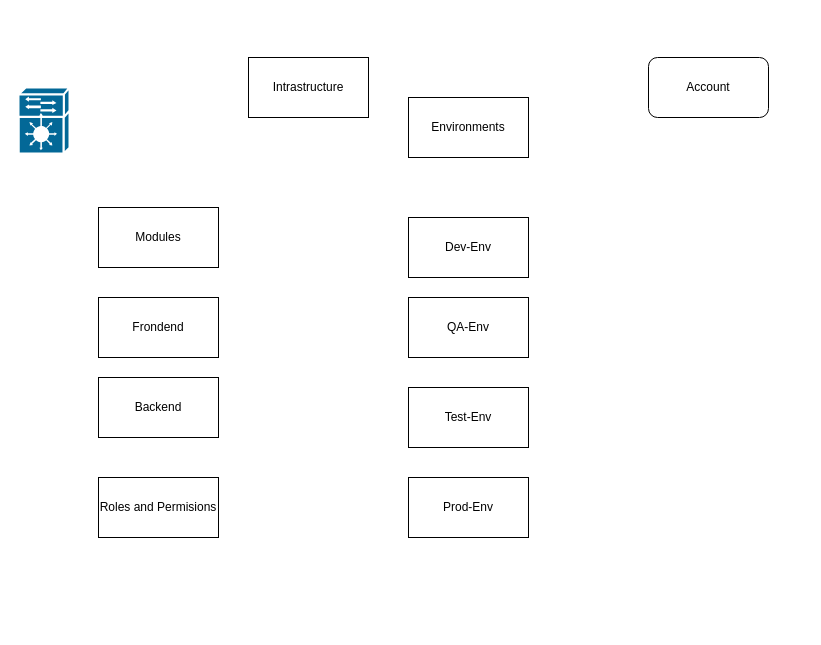
baskarguru22/awsproject keeps this draw.io diagram as project2.drawio. Above is the earlier version. Source tidied: cells renumbered, new cells numbered last; positions are measured from the earlier drawing's top-left corner, leaving out a move shared by most shapes. Both pictures are drawn from the tidied source at 100%, with x=0, y=0 at pixel (18, 57).
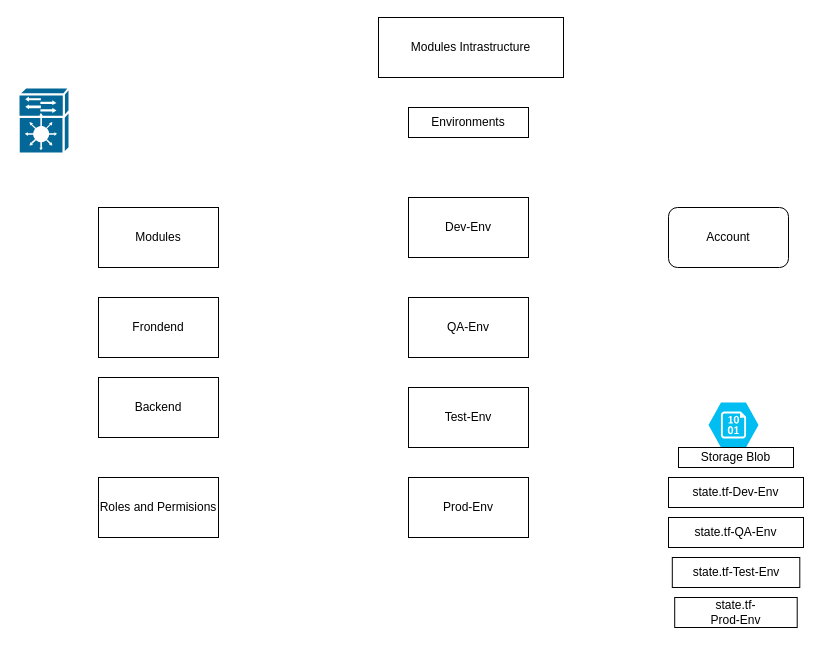
The same page after the edit.

Diff of the diagram source:
```diff
@@
 <mxGraphModel>
   <root>
     <mxCell id="0" />
     <mxCell id="1" parent="0" />
     <mxCell id="2" style="shape=mxgraph.cisco.controllers_and_modules.service_module;html=1;dashed=0;fillColor=#036897;strokeColor=#ffffff;strokeWidth=2;verticalLabelPosition=bottom;verticalAlign=top;" parent="1" vertex="1">
       <mxGeometry y="30" width="51" height="66" as="geometry" />
     </mxCell>
     <mxCell id="3" value="Modules&lt;br&gt;" style="rounded=0;whiteSpace=wrap;html=1;" parent="1" vertex="1">
       <mxGeometry x="80" y="150" width="120" height="60" as="geometry" />
     </mxCell>
     <mxCell id="4" value="Dev-Env&lt;br&gt;" style="rounded=0;whiteSpace=wrap;html=1;" parent="1" vertex="1">
-      <mxGeometry x="390" y="160" width="120" height="60" as="geometry" />
+      <mxGeometry x="390" y="140" width="120" height="60" as="geometry" />
     </mxCell>
     <mxCell id="5" value="QA-Env" style="rounded=0;whiteSpace=wrap;html=1;" parent="1" vertex="1">
       <mxGeometry x="390" y="240" width="120" height="60" as="geometry" />
     </mxCell>
     <mxCell id="6" value="Test-Env" style="rounded=0;whiteSpace=wrap;html=1;" parent="1" vertex="1">
       <mxGeometry x="390" y="330" width="120" height="60" as="geometry" />
     </mxCell>
     <mxCell id="7" value="Prod-Env" style="rounded=0;whiteSpace=wrap;html=1;" parent="1" vertex="1">
       <mxGeometry x="390" y="420" width="120" height="60" as="geometry" />
     </mxCell>
     <mxCell id="8" value="Frondend" style="rounded=0;whiteSpace=wrap;html=1;" parent="1" vertex="1">
       <mxGeometry x="80" y="240" width="120" height="60" as="geometry" />
     </mxCell>
     <mxCell id="9" value="Backend" style="rounded=0;whiteSpace=wrap;html=1;" parent="1" vertex="1">
       <mxGeometry x="80" y="320" width="120" height="60" as="geometry" />
     </mxCell>
     <mxCell id="10" value="Roles and Permisions" style="rounded=0;whiteSpace=wrap;html=1;" parent="1" vertex="1">
       <mxGeometry x="80" y="420" width="120" height="60" as="geometry" />
     </mxCell>
     <mxCell id="11" value="Environments" style="rounded=0;whiteSpace=wrap;html=1;" parent="1" vertex="1">
-      <mxGeometry x="390" y="40" width="120" height="60" as="geometry" />
+      <mxGeometry x="390" y="50" width="120" height="30" as="geometry" />
     </mxCell>
     <mxCell id="12" value="Account" style="rounded=1;whiteSpace=wrap;html=1;" parent="1" vertex="1">
-      <mxGeometry x="630" width="120" height="60" as="geometry" />
+      <mxGeometry x="650" y="150" width="120" height="60" as="geometry" />
     </mxCell>
-    <mxCell id="13" value="Intrastructure" style="rounded=0;whiteSpace=wrap;html=1;" parent="1" vertex="1">
-      <mxGeometry x="230" width="120" height="60" as="geometry" />
+    <mxCell id="13" value="Modules Intrastructure" style="rounded=0;whiteSpace=wrap;html=1;" parent="1" vertex="1">
+      <mxGeometry x="360" y="-40" width="185" height="60" as="geometry" />
     </mxCell>
+    <mxCell id="14" style="verticalLabelPosition=bottom;html=1;verticalAlign=top;align=center;strokeColor=none;fillColor=#00BEF2;shape=mxgraph.azure.storage_blob;" parent="1" vertex="1">
+      <mxGeometry x="690" y="345" width="50" height="45" as="geometry" />
+    </mxCell>
+    <mxCell id="15" value="Storage Blob&lt;br&gt;" style="rounded=0;whiteSpace=wrap;html=1;" parent="1" vertex="1">
+      <mxGeometry x="660" y="390" width="115" height="20" as="geometry" />
+    </mxCell>
+    <mxCell id="16" value="state.tf-Dev-Env" style="rounded=0;whiteSpace=wrap;html=1;" parent="1" vertex="1">
+      <mxGeometry x="650" y="420" width="135" height="30" as="geometry" />
+    </mxCell>
+    <mxCell id="17" value="state.tf-QA-Env" style="rounded=0;whiteSpace=wrap;html=1;" parent="1" vertex="1">
+      <mxGeometry x="650" y="460" width="135" height="30" as="geometry" />
+    </mxCell>
+    <mxCell id="18" value="state.tf-Test-Env&lt;br&gt;" style="rounded=0;whiteSpace=wrap;html=1;" parent="1" vertex="1">
+      <mxGeometry x="653.8" y="500" width="127.5" height="30" as="geometry" />
+    </mxCell>
+    <mxCell id="19" value="state.tf-&lt;br&gt;Prod-Env" style="rounded=0;whiteSpace=wrap;html=1;" parent="1" vertex="1">
+      <mxGeometry x="656.2" y="540" width="122.5" height="30" as="geometry" />
+    </mxCell>
   </root>
 </mxGraphModel>
```
